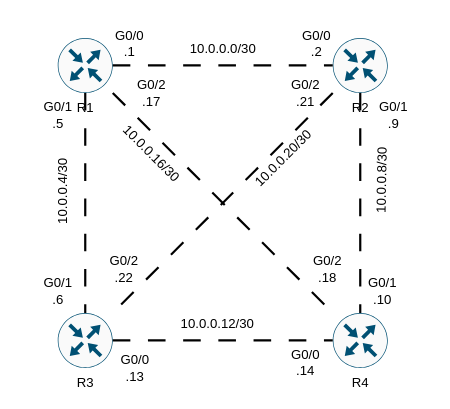
Earlier version of the draw.io diagram draw.io/IPS-MPLS-Lab-Diagram.drawio (roxron/networking-labs). Source tidied: cells renumbered, new cells numbered last; positions are measured from the earlier drawing's top-left corner, leaving out a move shared by most shapes. Both pictures are drawn from the tidied source at 110%, with x=0, y=0 at pixel (8, 21).
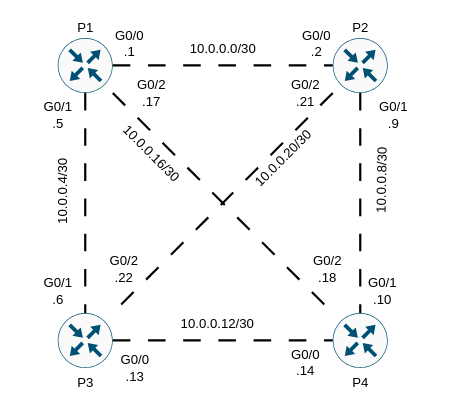
After the change.

Commit message:
Rename routers nodes. Changed from R to P to indicate these nodes are MPLS core routers.

Diff of the diagram source:
```diff
@@
-    <mxCell id="2" value="R1" style="sketch=0;points=[[0.5,0,0],[1,0.5,0],[0.5,1,0],[0,0.5,0],[0.145,0.145,0],[0.8555,0.145,0],[0.855,0.8555,0],[0.145,0.855,0]];verticalLabelPosition=bottom;html=1;verticalAlign=top;align=center;shape=mxgraph.cisco19.rect;prIcon=router;fillColor=#FAFAFA;strokeColor=#005073;" parent="1" vertex="1">
+    <mxCell id="2" value="P1" style="sketch=0;points=[[0.5,0,0],[1,0.5,0],[0.5,1,0],[0,0.5,0],[0.145,0.145,0],[0.8555,0.145,0],[0.855,0.8555,0],[0.145,0.855,0]];verticalLabelPosition=top;html=1;verticalAlign=bottom;align=center;shape=mxgraph.cisco19.rect;prIcon=router;fillColor=#FAFAFA;strokeColor=#005073;" parent="1" vertex="1">
       <mxGeometry x="45" y="15" width="50" height="50" as="geometry" />
     </mxCell>
-    <mxCell id="3" value="R2" style="sketch=0;points=[[0.5,0,0],[1,0.5,0],[0.5,1,0],[0,0.5,0],[0.145,0.145,0],[0.8555,0.145,0],[0.855,0.8555,0],[0.145,0.855,0]];verticalLabelPosition=bottom;html=1;verticalAlign=top;align=center;shape=mxgraph.cisco19.rect;prIcon=router;fillColor=#FAFAFA;strokeColor=#005073;" parent="1" vertex="1">
+    <mxCell id="3" value="P2" style="sketch=0;points=[[0.5,0,0],[1,0.5,0],[0.5,1,0],[0,0.5,0],[0.145,0.145,0],[0.8555,0.145,0],[0.855,0.8555,0],[0.145,0.855,0]];verticalLabelPosition=top;html=1;verticalAlign=bottom;align=center;shape=mxgraph.cisco19.rect;prIcon=router;fillColor=#FAFAFA;strokeColor=#005073;" parent="1" vertex="1">
       <mxGeometry x="295" y="15" width="50" height="50" as="geometry" />
     </mxCell>
@@
-    <mxCell id="8" value="R3" style="sketch=0;points=[[0.5,0,0],[1,0.5,0],[0.5,1,0],[0,0.5,0],[0.145,0.145,0],[0.8555,0.145,0],[0.855,0.8555,0],[0.145,0.855,0]];verticalLabelPosition=bottom;html=1;verticalAlign=top;align=center;shape=mxgraph.cisco19.rect;prIcon=router;fillColor=#FAFAFA;strokeColor=#005073;" parent="1" vertex="1">
+    <mxCell id="8" value="P3" style="sketch=0;points=[[0.5,0,0],[1,0.5,0],[0.5,1,0],[0,0.5,0],[0.145,0.145,0],[0.8555,0.145,0],[0.855,0.8555,0],[0.145,0.855,0]];verticalLabelPosition=bottom;html=1;verticalAlign=top;align=center;shape=mxgraph.cisco19.rect;prIcon=router;fillColor=#FAFAFA;strokeColor=#005073;" parent="1" vertex="1">
       <mxGeometry x="45" y="265" width="50" height="50" as="geometry" />
     </mxCell>
-    <mxCell id="9" value="R4" style="sketch=0;points=[[0.5,0,0],[1,0.5,0],[0.5,1,0],[0,0.5,0],[0.145,0.145,0],[0.8555,0.145,0],[0.855,0.8555,0],[0.145,0.855,0]];verticalLabelPosition=bottom;html=1;verticalAlign=top;align=center;shape=mxgraph.cisco19.rect;prIcon=router;fillColor=#FAFAFA;strokeColor=#005073;" parent="1" vertex="1">
+    <mxCell id="9" value="P4" style="sketch=0;points=[[0.5,0,0],[1,0.5,0],[0.5,1,0],[0,0.5,0],[0.145,0.145,0],[0.8555,0.145,0],[0.855,0.8555,0],[0.145,0.855,0]];verticalLabelPosition=bottom;html=1;verticalAlign=top;align=center;shape=mxgraph.cisco19.rect;prIcon=router;fillColor=#FAFAFA;strokeColor=#005073;" parent="1" vertex="1">
       <mxGeometry x="295" y="265" width="50" height="50" as="geometry" />
     </mxCell>
```
